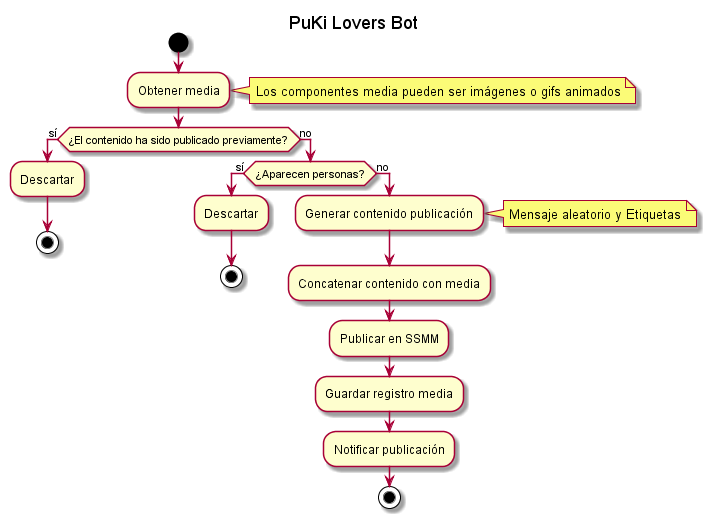
The PlantUML diagram docs/diagrams/out/src/PuKiFlow/PuKi Lovers Bot.png in medinamarquezp/pukiloversbot, before a commit.
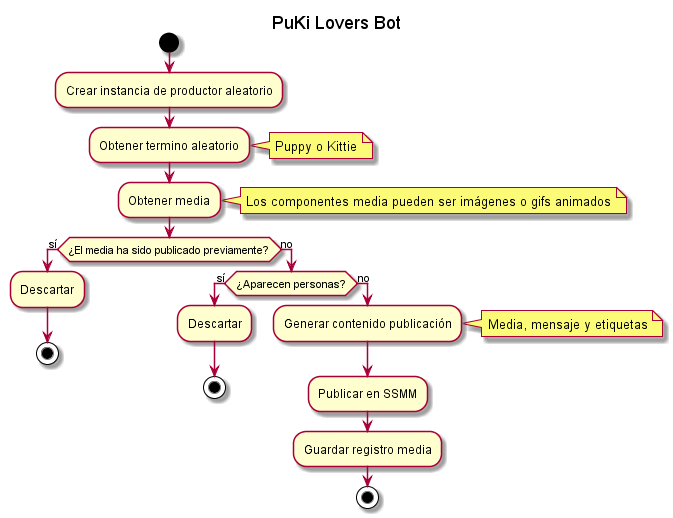
After the commit.

What changed in the source:
```diff
@@ -3,10 +3,13 @@
 
 title PuKi Lovers Bot
 
+:Crear instancia de productor aleatorio;
+:Obtener termino aleatorio;
+note right: Puppy o Kittie
 :Obtener media;
 note right: Los componentes media pueden ser imágenes o gifs animados
 
-if (¿El contenido ha sido publicado previamente?) then (sí)
+if (¿El media ha sido publicado previamente?) then (sí)
     :Descartar;
     stop
 else (no)
@@ -15,11 +18,9 @@
         stop
     else (no)
         :Generar contenido publicación;
-        note right: Mensaje aleatorio y Etiquetas
-        :Concatenar contenido con media;
+        note right: Media, mensaje y etiquetas
         :Publicar en SSMM;
         :Guardar registro media;
-        :Notificar publicación;
         stop
     endif
 endif
```
